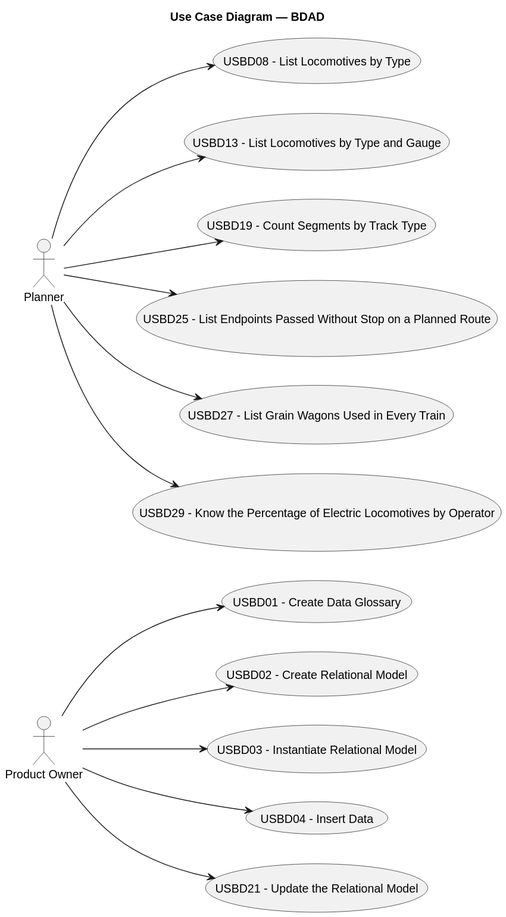
Earlier version of the PlantUML export docs/system-documentation/global-artifacts/requirements-engineering/svg/UCDBDDAD.svg (bruno-monteiro5/sem3-pi-25.26-g164-repository). Its diagram source:
```plantuml
@startuml
skinparam packageStyle rectangle
left to right direction

title Use Case Diagram — BDAD

actor "Product Owner" as PO
actor "Planner" as PL

usecase "USBD01 - Create Data Glossary" as UC1
usecase "USBD02 - Create Relational Model" as UC2
usecase "USBD03 - Instantiate Relational Model" as UC3
usecase "USBD04 - Insert Data" as UC4
usecase "USBD08 - List Locomotives by Type" as UC5
usecase "USBD13 - List Locomotives by Type and Gauge" as UC6
usecase "USBD19 - Count Segments by Track Type" as UC7

usecase "USBD21 - Update the Relational Model" as UC8
usecase "USBD25 - List Endpoints Passed Without Stop on a Planned Route" as UC9
usecase "USBD27 - List Grain Wagons Used in Every Train" as UC10
usecase "USBD29 - Know the Percentage of Electric Locomotives by Operator" as UC11

PO --> UC1
PO --> UC2
PO --> UC3
PO --> UC4
PL --> UC5
PL --> UC6
PL --> UC7

PO --> UC8
PL --> UC9
PL --> UC10
PL --> UC11
@enduml
```
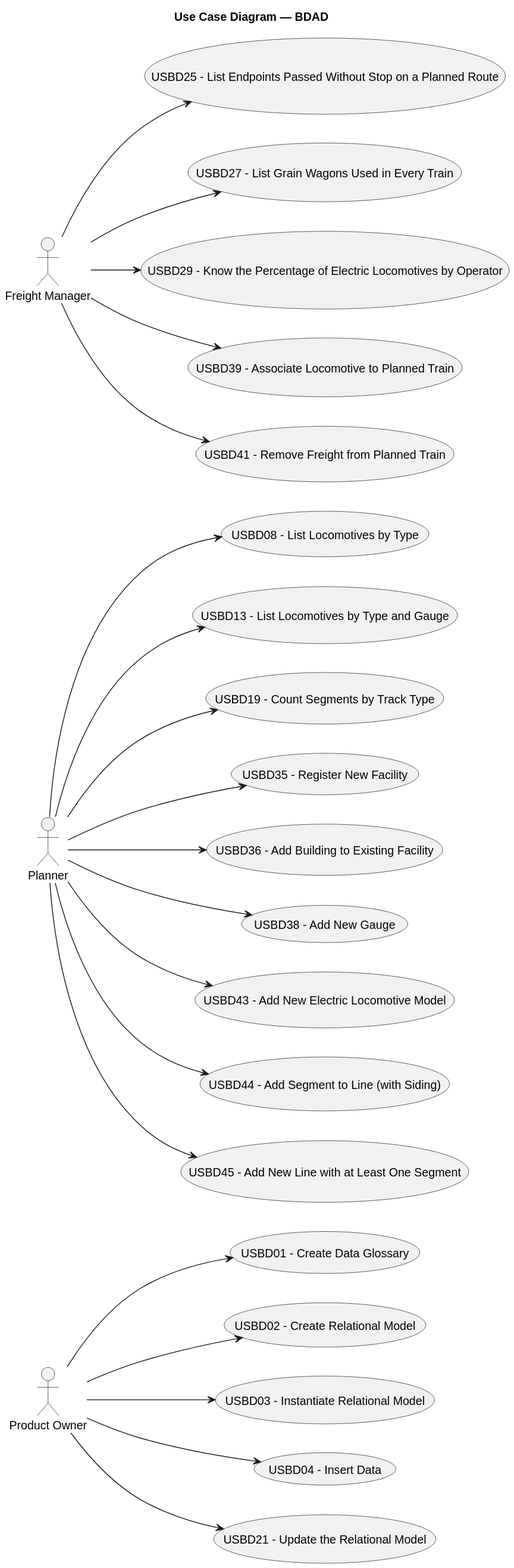
The same diagram one commit later.

Commit message:
Srint3(docs) Now UCD BDDAD done with the chosen BDDAD us for the sprint 3  [#87]

The edit, as a diff of the source:
```diff
@@ -6,6 +6,7 @@
 
 actor "Product Owner" as PO
 actor "Planner" as PL
+actor "Freight Manager" as FM
 
 usecase "USBD01 - Create Data Glossary" as UC1
 usecase "USBD02 - Create Relational Model" as UC2
@@ -20,16 +21,34 @@
 usecase "USBD27 - List Grain Wagons Used in Every Train" as UC10
 usecase "USBD29 - Know the Percentage of Electric Locomotives by Operator" as UC11
 
+usecase "USBD35 - Register New Facility" as UC35
+usecase "USBD36 - Add Building to Existing Facility" as UC36
+usecase "USBD38 - Add New Gauge" as UC38
+usecase "USBD39 - Associate Locomotive to Planned Train" as UC39
+usecase "USBD41 - Remove Freight from Planned Train" as UC41
+usecase "USBD43 - Add New Electric Locomotive Model" as UC43
+usecase "USBD44 - Add Segment to Line (with Siding)" as UC44
+usecase "USBD45 - Add New Line with at Least One Segment" as UC45
+
 PO --> UC1
 PO --> UC2
 PO --> UC3
 PO --> UC4
+PO --> UC8
+
 PL --> UC5
 PL --> UC6
 PL --> UC7
+PL --> UC35
+PL --> UC36
+PL --> UC38
+PL --> UC43
+PL --> UC44
+PL --> UC45
 
-PO --> UC8
-PL --> UC9
-PL --> UC10
-PL --> UC11
+FM --> UC9
+FM --> UC10
+FM --> UC11
+FM --> UC39
+FM --> UC41
 @enduml
```
